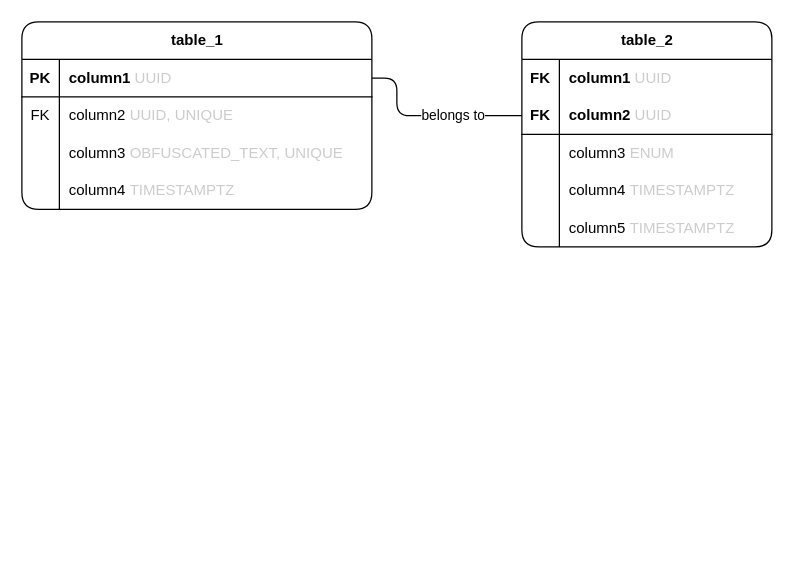
Before: page "Component Templates" (1 of 2) of SnowballR Diagrams.drawio in SE-UUlm/snowballr, a draw.io diagram. Source tidied: cells renumbered, new cells numbered last; positions are measured from the earlier drawing's top-left corner, leaving out a move shared by most shapes. Both pictures are drawn from the tidied source at 125%, with x=0, y=0 at pixel (21, 21).
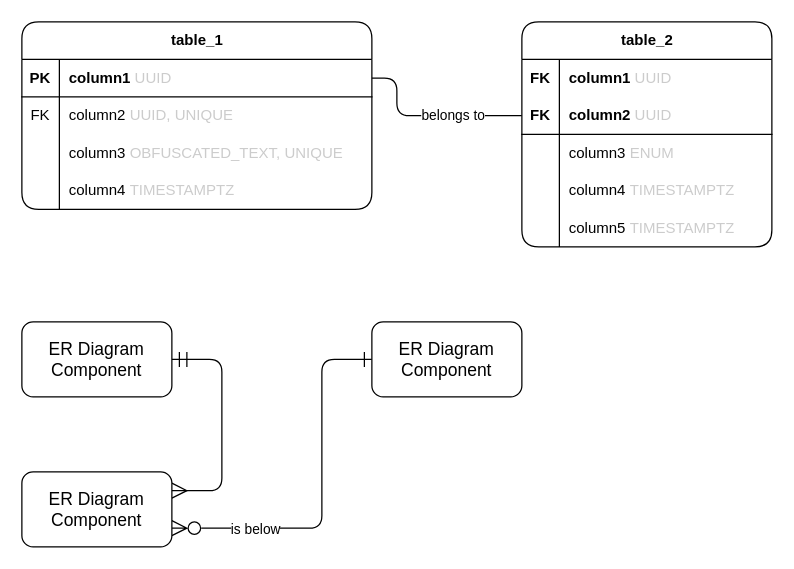
After the change.

Commit message:
feat: add ER diagram component templates

Diff of the diagram source:
```diff
@@
+    <mxCell id="33" style="edgeStyle=orthogonalEdgeStyle;rounded=1;jettySize=auto;html=1;exitX=1;exitY=0.5;exitDx=0;exitDy=0;entryX=1;entryY=0.25;entryDx=0;entryDy=0;curved=0;startArrow=ERmandOne;startFill=0;endArrow=ERmany;endFill=0;startSize=10;endSize=10;" parent="1" edge="1" source="34" target="37">
+      <mxGeometry relative="1" as="geometry">
+        <Array as="points">
+          <mxPoint x="160" y="270" />
+          <mxPoint x="160" y="375" />
+        </Array>
+      </mxGeometry>
+    </mxCell>
+    <mxCell id="34" value="ER Diagram Component" style="rounded=1;whiteSpace=wrap;html=1;fontSize=14;labelBackgroundColor=none;" parent="1" vertex="1">
+      <mxGeometry y="240" width="120" height="60" as="geometry" />
+    </mxCell>
+    <mxCell id="35" style="edgeStyle=orthogonalEdgeStyle;rounded=1;jettySize=auto;html=1;exitX=1;exitY=0.75;exitDx=0;exitDy=0;entryX=0;entryY=0.5;entryDx=0;entryDy=0;curved=0;startArrow=ERzeroToMany;startFill=0;startSize=10;endSize=10;endArrow=ERone;endFill=0;" parent="1" edge="1" source="37" target="38">
+      <mxGeometry relative="1" as="geometry">
+        <Array as="points">
+          <mxPoint x="240" y="405" />
+          <mxPoint x="240" y="270" />
+        </Array>
+      </mxGeometry>
+    </mxCell>
+    <mxCell id="36" value="is below" style="edgeLabel;html=1;align=center;verticalAlign=middle;" parent="35" vertex="1">
+      <mxGeometry x="-0.55" y="-1" relative="1" as="geometry">
+        <mxPoint y="-1" as="offset" />
+      </mxGeometry>
+    </mxCell>
+    <mxCell id="37" value="ER Diagram Component" style="rounded=1;whiteSpace=wrap;html=1;fontSize=14;labelBackgroundColor=none;" parent="1" vertex="1">
+      <mxGeometry y="360" width="120" height="60" as="geometry" />
+    </mxCell>
+    <mxCell id="38" value="ER Diagram Component" style="rounded=1;whiteSpace=wrap;html=1;fontSize=14;labelBackgroundColor=none;" parent="1" vertex="1">
+      <mxGeometry x="280" y="240" width="120" height="60" as="geometry" />
+    </mxCell>
```
